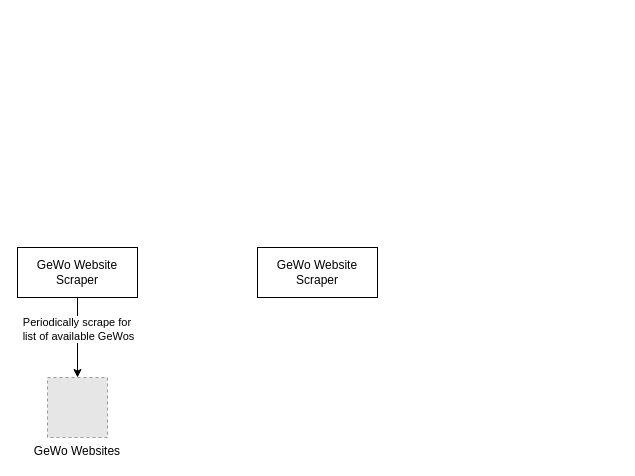
Earlier version of the draw.io diagram Unbenanntes Diagramm.drawio (AustrianDataLAB/GeWoScout). Source tidied: cells renumbered, new cells numbered last; positions are measured from the earlier drawing's top-left corner, leaving out a move shared by most shapes. Both pictures are drawn from the tidied source at 100%, with x=0, y=0 at pixel (17, 247). Pictures stored in the file or linked from it are replaced by grey dashed boxes.
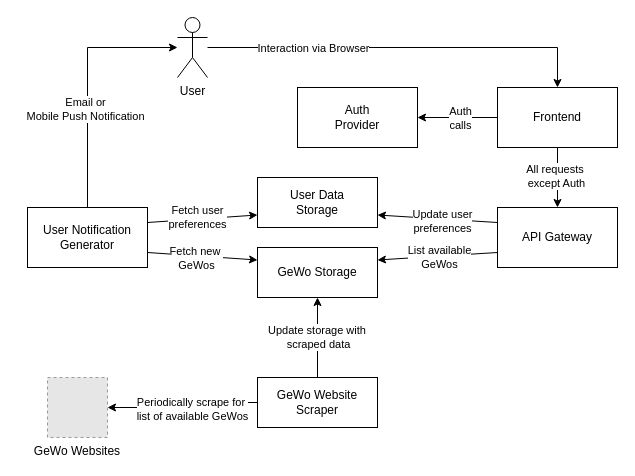
Above is the later version.

The edit, as a diff of the source:
```diff
@@
+    <mxCell id="8" style="edgeStyle=orthogonalEdgeStyle;rounded=0;jettySize=auto;html=1;" parent="1" edge="1" source="5" target="7">
+      <mxGeometry relative="1" as="geometry" />
+    </mxCell>
+    <mxCell id="9" value="Update storage with&amp;nbsp;&lt;div&gt;scraped data&lt;/div&gt;" style="edgeLabel;html=1;align=center;verticalAlign=middle;" parent="8" vertex="1">
+      <mxGeometry x="0.19" y="-1" relative="1" as="geometry">
+        <mxPoint x="-1" y="7" as="offset" />
+      </mxGeometry>
+    </mxCell>
     <mxCell id="5" value="&lt;div&gt;GeWo Website&lt;/div&gt;Scraper" style="rounded=0;whiteSpace=wrap;html=1;" parent="1" vertex="1">
-      <mxGeometry width="120" height="50" as="geometry" />
+      <mxGeometry x="240" y="130" width="120" height="50" as="geometry" />
     </mxCell>
@@
-    <mxCell id="7" value="&lt;div&gt;GeWo Website&lt;/div&gt;Scraper" style="rounded=0;whiteSpace=wrap;html=1;" parent="1" vertex="1">
+    <mxCell id="7" value="GeWo Storage&lt;div&gt;&lt;/div&gt;" style="rounded=0;whiteSpace=wrap;html=1;" parent="1" vertex="1">
       <mxGeometry x="240" width="120" height="50" as="geometry" />
     </mxCell>
+    <mxCell id="10" value="User Data&lt;div&gt;&lt;/div&gt;&lt;div&gt;Storage&lt;/div&gt;" style="rounded=0;whiteSpace=wrap;html=1;" parent="1" vertex="1">
+      <mxGeometry x="240" y="-70" width="120" height="50" as="geometry" />
+    </mxCell>
+    <mxCell id="11" style="edgeStyle=orthogonalEdgeStyle;rounded=0;jettySize=auto;html=1;exitX=0.5;exitY=0;exitDx=0;exitDy=0;" parent="1" edge="1" source="17">
+      <mxGeometry relative="1" as="geometry">
+        <mxPoint x="160" y="-200" as="targetPoint" />
+        <Array as="points">
+          <mxPoint x="70" y="-200" />
+        </Array>
+      </mxGeometry>
+    </mxCell>
+    <mxCell id="12" value="Email or&lt;div&gt;Mobile Push Notification&lt;/div&gt;" style="edgeLabel;html=1;align=center;verticalAlign=middle;" parent="11" vertex="1">
+      <mxGeometry x="-0.21" y="3" relative="1" as="geometry" />
+    </mxCell>
+    <mxCell id="13" style="rounded=0;jettySize=auto;html=1;exitX=1;exitY=0.75;exitDx=0;exitDy=0;entryX=0;entryY=0.25;entryDx=0;entryDy=0;" parent="1" edge="1" source="17" target="7">
+      <mxGeometry relative="1" as="geometry" />
+    </mxCell>
+    <mxCell id="14" value="Fetch new&amp;nbsp;&lt;div&gt;GeWos&lt;/div&gt;" style="edgeLabel;html=1;align=center;verticalAlign=middle;" parent="13" vertex="1">
+      <mxGeometry x="-0.12" y="-2" relative="1" as="geometry" />
+    </mxCell>
+    <mxCell id="15" style="rounded=0;jettySize=auto;html=1;exitX=1;exitY=0.25;exitDx=0;exitDy=0;entryX=0;entryY=0.75;entryDx=0;entryDy=0;" parent="1" edge="1" source="17" target="10">
+      <mxGeometry relative="1" as="geometry" />
+    </mxCell>
+    <mxCell id="16" value="Fetch user&lt;div&gt;preferences&lt;/div&gt;" style="edgeLabel;html=1;align=center;verticalAlign=middle;" parent="15" vertex="1">
+      <mxGeometry x="-0.1" y="2" relative="1" as="geometry" />
+    </mxCell>
+    <mxCell id="17" value="User Notification&lt;div&gt;Generator&lt;/div&gt;" style="rounded=0;whiteSpace=wrap;html=1;" parent="1" vertex="1">
+      <mxGeometry x="10" y="-40" width="120" height="60" as="geometry" />
+    </mxCell>
+    <mxCell id="18" style="edgeStyle=orthogonalEdgeStyle;rounded=0;jettySize=auto;html=1;entryX=0.5;entryY=0;entryDx=0;entryDy=0;" parent="1" edge="1" source="20" target="30">
+      <mxGeometry relative="1" as="geometry" />
+    </mxCell>
+    <mxCell id="19" value="Interaction via Browser" style="edgeLabel;html=1;align=center;verticalAlign=middle;" parent="18" vertex="1">
+      <mxGeometry x="0.09" y="-1" relative="1" as="geometry">
+        <mxPoint x="-108" y="-1" as="offset" />
+      </mxGeometry>
+    </mxCell>
+    <mxCell id="20" value="User" style="shape=umlActor;verticalLabelPosition=bottom;verticalAlign=top;html=1;outlineConnect=0;" parent="1" vertex="1">
+      <mxGeometry x="160" y="-230" width="30" height="60" as="geometry" />
+    </mxCell>
+    <mxCell id="21" style="rounded=0;jettySize=auto;html=1;exitX=0;exitY=0.25;exitDx=0;exitDy=0;entryX=1;entryY=0.75;entryDx=0;entryDy=0;" parent="1" edge="1" source="25" target="10">
+      <mxGeometry relative="1" as="geometry" />
+    </mxCell>
+    <mxCell id="22" value="Update user&lt;div&gt;preferences&lt;/div&gt;" style="edgeLabel;html=1;align=center;verticalAlign=middle;" parent="21" vertex="1">
+      <mxGeometry x="-0.08" y="2" relative="1" as="geometry" />
+    </mxCell>
+    <mxCell id="23" style="rounded=0;jettySize=auto;html=1;exitX=0;exitY=0.75;exitDx=0;exitDy=0;entryX=1;entryY=0.25;entryDx=0;entryDy=0;" parent="1" edge="1" source="25" target="7">
+      <mxGeometry relative="1" as="geometry" />
+    </mxCell>
+    <mxCell id="24" value="List available&lt;div&gt;GeWos&lt;/div&gt;" style="edgeLabel;html=1;align=center;verticalAlign=middle;" parent="23" vertex="1">
+      <mxGeometry x="-0.02" y="1" relative="1" as="geometry" />
+    </mxCell>
+    <mxCell id="25" value="API Gateway" style="rounded=0;whiteSpace=wrap;html=1;" parent="1" vertex="1">
+      <mxGeometry x="480" y="-40" width="120" height="60" as="geometry" />
+    </mxCell>
+    <mxCell id="26" style="edgeStyle=orthogonalEdgeStyle;rounded=0;jettySize=auto;html=1;entryX=0.5;entryY=0;entryDx=0;entryDy=0;" parent="1" edge="1" source="30" target="25">
+      <mxGeometry relative="1" as="geometry" />
+    </mxCell>
+    <mxCell id="27" value="All requests&amp;nbsp;&lt;div&gt;except Auth&lt;/div&gt;" style="edgeLabel;html=1;align=center;verticalAlign=middle;" parent="26" vertex="1">
+      <mxGeometry x="-0.08" y="-2" relative="1" as="geometry" />
+    </mxCell>
+    <mxCell id="28" style="edgeStyle=orthogonalEdgeStyle;rounded=0;jettySize=auto;html=1;" parent="1" edge="1" source="30" target="31">
+      <mxGeometry relative="1" as="geometry" />
+    </mxCell>
+    <mxCell id="29" value="Auth&lt;div&gt;calls&lt;/div&gt;" style="edgeLabel;html=1;align=center;verticalAlign=middle;" parent="28" vertex="1">
+      <mxGeometry x="-0.06" relative="1" as="geometry" />
+    </mxCell>
+    <mxCell id="30" value="Frontend" style="rounded=0;whiteSpace=wrap;html=1;" parent="1" vertex="1">
+      <mxGeometry x="480" y="-160" width="120" height="60" as="geometry" />
+    </mxCell>
+    <mxCell id="31" value="Auth&lt;div&gt;Provider&lt;/div&gt;" style="rounded=0;whiteSpace=wrap;html=1;" parent="1" vertex="1">
+      <mxGeometry x="280" y="-160" width="120" height="60" as="geometry" />
+    </mxCell>
```
